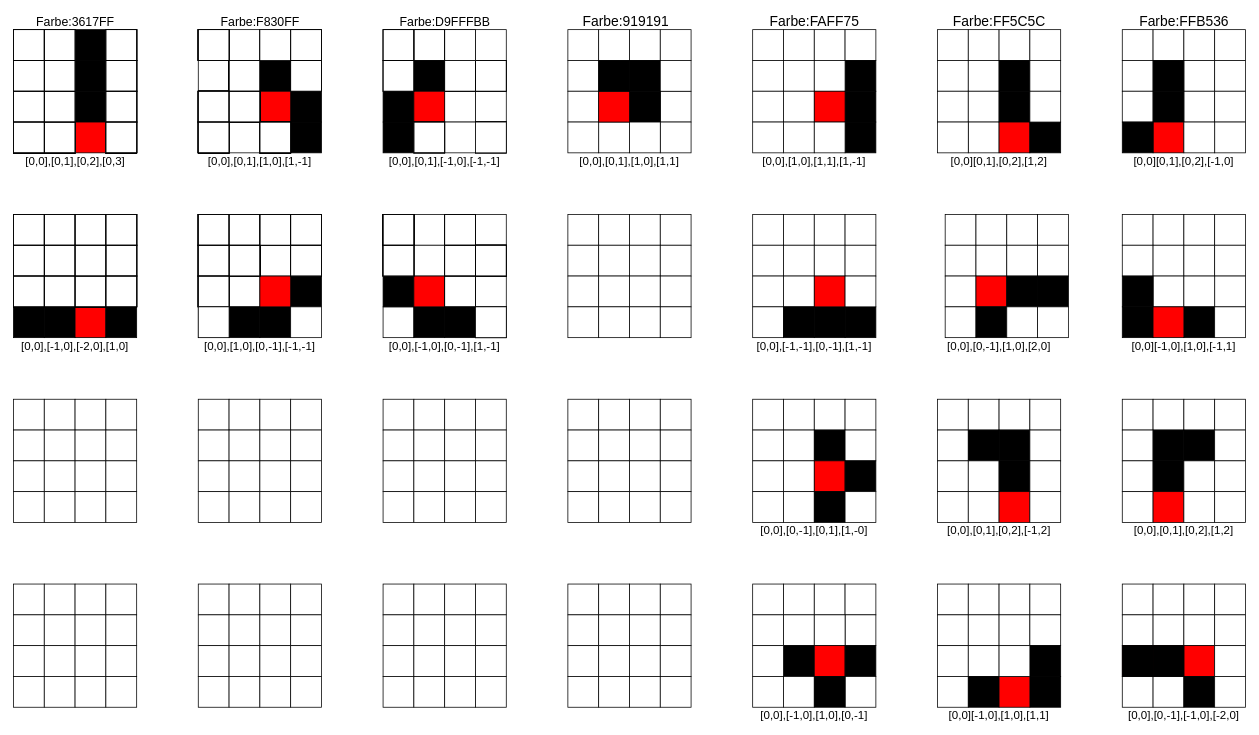
This is lib/documentation/shapes.drawio from AUSoft-Kassel/tetris, a draw.io file, before an edit. Source tidied: cells renumbered, new cells numbered last; positions are measured from the earlier drawing's top-left corner, leaving out a move shared by most shapes. Both pictures are drawn from the tidied source at 77%, with x=0, y=0 at pixel (13, 14).
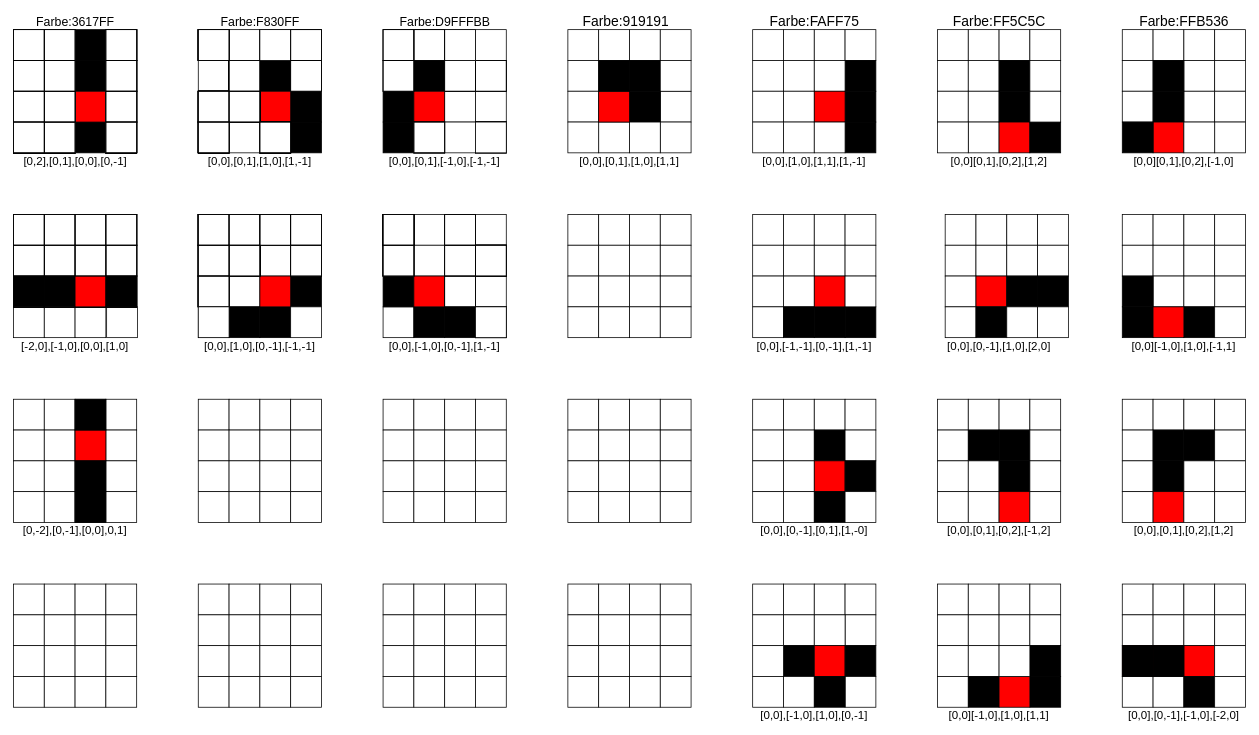
Above is the later version.

Diff of the diagram source:
```diff
@@
     <mxCell id="12" style="whiteSpace=wrap;html=1;fillColor=#000000;" parent="1" vertex="1">
-      <mxGeometry x="80" y="100" width="40" height="40" as="geometry" />
+      <mxGeometry x="80" y="140" width="40" height="40" as="geometry" />
     </mxCell>
@@
     <mxCell id="16" style="whiteSpace=wrap;html=1;fillColor=#FF0000;" parent="1" vertex="1">
-      <mxGeometry x="80" y="140" width="40" height="40" as="geometry" />
+      <mxGeometry x="80" y="100" width="40" height="40" as="geometry" />
     </mxCell>
@@
-    <mxCell id="30" style="whiteSpace=wrap;html=1;fillColor=#000000;" parent="1" vertex="1">
+    <mxCell id="30" style="whiteSpace=wrap;html=1;" parent="1" vertex="1">
       <mxGeometry y="380" width="40" height="40" as="geometry" />
     </mxCell>
-    <mxCell id="31" style="whiteSpace=wrap;html=1;fillColor=#000000;" parent="1" vertex="1">
+    <mxCell id="31" style="whiteSpace=wrap;html=1;" parent="1" vertex="1">
       <mxGeometry x="40" y="380" width="40" height="40" as="geometry" />
     </mxCell>
-    <mxCell id="32" style="whiteSpace=wrap;html=1;fillColor=#FF0000;" parent="1" vertex="1">
+    <mxCell id="32" style="whiteSpace=wrap;html=1;" parent="1" vertex="1">
       <mxGeometry x="80" y="380" width="40" height="40" as="geometry" />
     </mxCell>
-    <mxCell id="33" style="whiteSpace=wrap;html=1;fillColor=#000000;" parent="1" vertex="1">
-      <mxGeometry x="120" y="380" width="40" height="40" as="geometry" />
+    <mxCell id="33" style="whiteSpace=wrap;html=1;" parent="1" vertex="1">
+      <mxGeometry x="121" y="380" width="40" height="40" as="geometry" />
     </mxCell>
@@
-    <mxCell id="66" value="[0,0],[0,1],[0,2],[0,3]" style="text;html=1;strokeColor=none;fillColor=none;align=center;verticalAlign=middle;whiteSpace=wrap;rounded=0;fontSize=15;" parent="1" vertex="1">
+    <mxCell id="66" value="[0,2],[0,1],[0,0],[0,-1]" style="text;html=1;strokeColor=none;fillColor=none;align=center;verticalAlign=middle;whiteSpace=wrap;rounded=0;fontSize=15;" parent="1" vertex="1">
       <mxGeometry y="180" width="161" height="20" as="geometry" />
     </mxCell>
-    <mxCell id="67" value="[0,0],[-1,0],[-2,0],[1,0]" style="text;html=1;strokeColor=none;fillColor=none;align=center;verticalAlign=middle;whiteSpace=wrap;rounded=0;fontSize=15;" parent="1" vertex="1">
+    <mxCell id="67" value="[-2,0],[-1,0],[0,0],[1,0]" style="text;html=1;strokeColor=none;fillColor=none;align=center;verticalAlign=middle;whiteSpace=wrap;rounded=0;fontSize=15;" parent="1" vertex="1">
       <mxGeometry y="420" width="160" height="20" as="geometry" />
     </mxCell>
@@
-    <mxCell id="202" style="whiteSpace=wrap;html=1;fillColor=#FFFFFF;" parent="1" vertex="1">
+    <mxCell id="202" style="whiteSpace=wrap;html=1;" parent="1" vertex="1">
       <mxGeometry x="800" y="20" width="40" height="40" as="geometry" />
     </mxCell>
@@
-    <mxCell id="1017" style="whiteSpace=wrap;html=1;" parent="1" vertex="1">
+    <mxCell id="1017" style="whiteSpace=wrap;html=1;fillColor=#000000;" parent="1" vertex="1">
       <mxGeometry x="120" y="340" width="40" height="40" as="geometry" />
     </mxCell>
@@
-    <mxCell id="1070" style="whiteSpace=wrap;html=1;fillColor=none;" parent="1" vertex="1">
+    <mxCell id="1070" style="whiteSpace=wrap;html=1;fillColor=#000000;" parent="1" vertex="1">
       <mxGeometry y="340" width="40" height="40" as="geometry" />
     </mxCell>
-    <mxCell id="1071" style="whiteSpace=wrap;html=1;fillColor=none;" parent="1" vertex="1">
+    <mxCell id="1071" style="whiteSpace=wrap;html=1;fillColor=#000000;" parent="1" vertex="1">
       <mxGeometry x="40" y="340" width="40" height="40" as="geometry" />
     </mxCell>
-    <mxCell id="1072" style="whiteSpace=wrap;html=1;fillColor=none;" parent="1" vertex="1">
+    <mxCell id="1072" style="whiteSpace=wrap;html=1;fillColor=#FF0000;" parent="1" vertex="1">
       <mxGeometry x="80" y="340" width="40" height="40" as="geometry" />
     </mxCell>
@@
+    <mxCell id="1146" style="whiteSpace=wrap;html=1;fillColor=#FF0000;" parent="1" vertex="1">
+      <mxGeometry x="80" y="540" width="40" height="40" as="geometry" />
+    </mxCell>
+    <mxCell id="1147" style="whiteSpace=wrap;html=1;fillColor=#000000;" parent="1" vertex="1">
+      <mxGeometry x="80" y="500" width="40" height="40" as="geometry" />
+    </mxCell>
+    <mxCell id="1148" style="whiteSpace=wrap;html=1;fillColor=#000000;" parent="1" vertex="1">
+      <mxGeometry x="80" y="580" width="40" height="40" as="geometry" />
+    </mxCell>
+    <mxCell id="1149" style="whiteSpace=wrap;html=1;fillColor=#000000;" parent="1" vertex="1">
+      <mxGeometry x="80" y="620" width="40" height="40" as="geometry" />
+    </mxCell>
+    <mxCell id="1150" value="[0,-2],[0,-1],[0,0],0,1]" style="text;html=1;strokeColor=none;fillColor=none;align=center;verticalAlign=middle;whiteSpace=wrap;rounded=0;fontSize=15;" parent="1" vertex="1">
+      <mxGeometry y="660" width="160" height="20" as="geometry" />
+    </mxCell>
```
